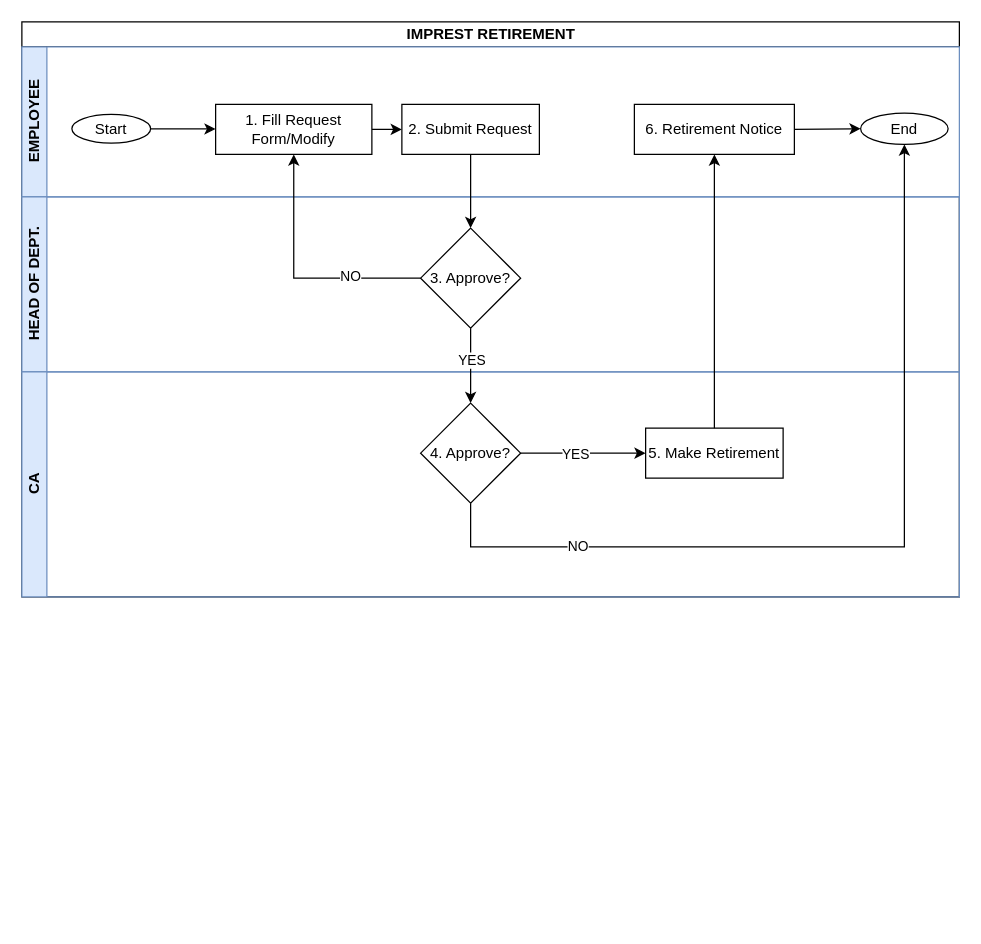
The draw.io diagram page "Imprest Retirement" (7 of 13) of wajibika/wajibika-sketches.drawio in MbalamulaS/tech-diagrams, before the edit. Source tidied: cells renumbered, new cells numbered last; positions are measured from the earlier drawing's top-left corner, leaving out a move shared by most shapes. Both pictures are drawn from the tidied source at 125%, with x=0, y=0 at pixel (21, 21).
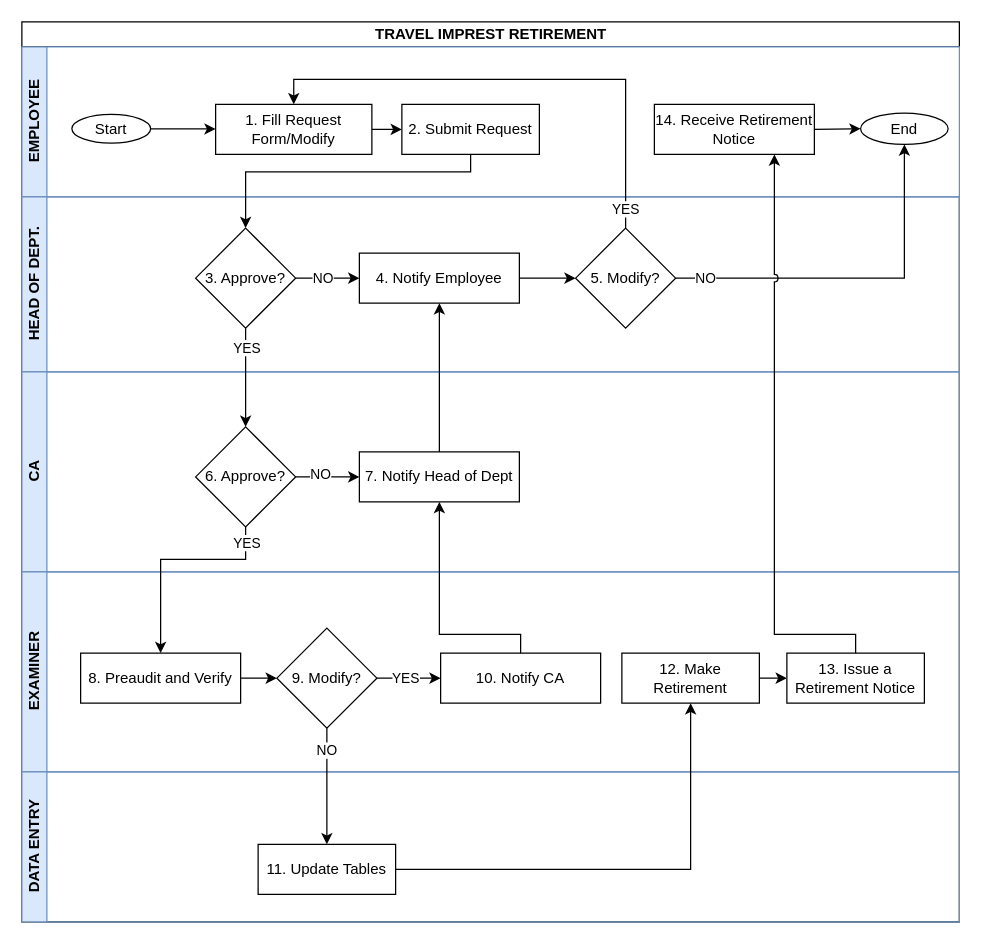
The same page after the edit.

Commit message:
Update Travel and Special Imprest Retirement

The change refers to these unchanged cells:
```xml
<mxCell id="3" value="EMPLOYEE" style="swimlane;startSize=20;horizontal=0;html=1;fillColor=#dae8fc;strokeColor=#6c8ebf;swimlaneFillColor=#FFFFFF;" parent="2" vertex="1">
  <mxGeometry y="20" width="750" height="120" as="geometry" />
</mxCell>
<mxCell id="6" value="1. Fill Request Form/Modify" style="whiteSpace=wrap;html=1;" parent="3" vertex="1">
  <mxGeometry x="155" y="46" width="125" height="40" as="geometry" />
</mxCell>
<mxCell id="7" value="End" style="ellipse;whiteSpace=wrap;html=1;" parent="3" vertex="1">
  <mxGeometry x="671" y="53" width="70" height="25" as="geometry" />
</mxCell>
<mxCell id="9" value="2. Submit Request" style="whiteSpace=wrap;html=1;" parent="3" vertex="1">
  <mxGeometry x="304" y="46" width="110" height="40" as="geometry" />
</mxCell>
<mxCell id="12" value="HEAD OF DEPT." style="swimlane;startSize=20;horizontal=0;html=1;fillColor=#dae8fc;strokeColor=#6c8ebf;" parent="2" vertex="1">
  <mxGeometry y="140" width="750" height="140" as="geometry" />
</mxCell>
```

Diff of the diagram source:
```diff
@@
-    <mxCell id="2" value="IMPREST RETIREMENT" style="swimlane;horizontal=1;startSize=20;html=1;swimlaneFillColor=#FFFFFF;" parent="1" vertex="1">
-      <mxGeometry width="750" height="460" as="geometry" />
+    <mxCell id="2" value="TRAVEL IMPREST RETIREMENT" style="swimlane;horizontal=1;startSize=20;html=1;swimlaneFillColor=#FFFFFF;" parent="1" vertex="1">
+      <mxGeometry width="750" height="720" as="geometry" />
     </mxCell>
@@
-    <mxCell id="10" value="6. Retirement Notice" style="whiteSpace=wrap;html=1;" parent="3" vertex="1">
-      <mxGeometry x="490" y="46" width="128" height="40" as="geometry" />
+    <mxCell id="10" value="14. Receive Retirement Notice" style="whiteSpace=wrap;html=1;" parent="3" vertex="1">
+      <mxGeometry x="506" y="46" width="128" height="40" as="geometry" />
     </mxCell>
@@
+    <mxCell id="27" style="edgeStyle=orthogonalEdgeStyle;rounded=0;jettySize=auto;html=1;entryX=0;entryY=0.5;entryDx=0;entryDy=0;" parent="12" edge="1" source="13" target="30">
+      <mxGeometry relative="1" as="geometry" />
+    </mxCell>
+    <mxCell id="28" value="NO" style="edgeLabel;html=1;align=center;verticalAlign=middle;" parent="27" vertex="1">
+      <mxGeometry x="-0.19" y="1" relative="1" as="geometry" />
+    </mxCell>
     <mxCell id="13" value="&lt;div&gt;3. Approve?&lt;br&gt;&lt;/div&gt;" style="rhombus;whiteSpace=wrap;html=1;" parent="12" vertex="1">
-      <mxGeometry x="319" y="25" width="80" height="80" as="geometry" />
+      <mxGeometry x="139" y="25" width="80" height="80" as="geometry" />
     </mxCell>
+    <mxCell id="29" style="edgeStyle=orthogonalEdgeStyle;rounded=0;jettySize=auto;html=1;" parent="12" edge="1" source="30" target="31">
+      <mxGeometry relative="1" as="geometry" />
+    </mxCell>
+    <mxCell id="30" value="4. Notify Employee" style="whiteSpace=wrap;html=1;" parent="12" vertex="1">
+      <mxGeometry x="270" y="45" width="128" height="40" as="geometry" />
+    </mxCell>
+    <mxCell id="31" value="&lt;div&gt;5. Modify?&lt;br&gt;&lt;/div&gt;" style="rhombus;whiteSpace=wrap;html=1;" parent="12" vertex="1">
+      <mxGeometry x="443" y="25" width="80" height="80" as="geometry" />
+    </mxCell>
     <mxCell id="14" value="CA" style="swimlane;startSize=20;horizontal=0;html=1;fillColor=#dae8fc;strokeColor=#6c8ebf;" parent="2" vertex="1">
-      <mxGeometry y="280" width="750" height="180" as="geometry" />
+      <mxGeometry y="280" width="750" height="160" as="geometry" />
     </mxCell>
-    <mxCell id="15" style="edgeStyle=orthogonalEdgeStyle;rounded=0;jettySize=auto;html=1;entryX=0;entryY=0.5;entryDx=0;entryDy=0;" parent="14" edge="1" source="17" target="18">
-      <mxGeometry relative="1" as="geometry" />
-    </mxCell>
-    <mxCell id="16" value="YES" style="edgeLabel;html=1;align=center;verticalAlign=middle;" parent="15" vertex="1">
-      <mxGeometry x="-0.15" relative="1" as="geometry" />
-    </mxCell>
+    <mxCell id="32" style="edgeStyle=orthogonalEdgeStyle;rounded=0;jettySize=auto;html=1;entryX=0;entryY=0.5;entryDx=0;entryDy=0;" parent="14" edge="1" source="17" target="34">
+      <mxGeometry relative="1" as="geometry" />
+    </mxCell>
+    <mxCell id="33" value="NO" style="edgeLabel;html=1;align=center;verticalAlign=middle;" parent="32" vertex="1">
+      <mxGeometry x="-0.26" y="3" relative="1" as="geometry" />
+    </mxCell>
-    <mxCell id="17" value="&lt;div&gt;4. Approve?&lt;br&gt;&lt;/div&gt;" style="rhombus;whiteSpace=wrap;html=1;" parent="14" vertex="1">
-      <mxGeometry x="319" y="25" width="80" height="80" as="geometry" />
+    <mxCell id="17" value="&lt;div&gt;6. Approve?&lt;br&gt;&lt;/div&gt;" style="rhombus;whiteSpace=wrap;html=1;" parent="14" vertex="1">
+      <mxGeometry x="139" y="44" width="80" height="80" as="geometry" />
     </mxCell>
-    <mxCell id="18" value="5. Make Retirement" style="whiteSpace=wrap;html=1;" parent="14" vertex="1">
-      <mxGeometry x="499" y="45" width="110" height="40" as="geometry" />
-    </mxCell>
+    <mxCell id="34" value="7. Notify Head of Dept" style="whiteSpace=wrap;html=1;" parent="14" vertex="1">
+      <mxGeometry x="270" y="64" width="128" height="40" as="geometry" />
+    </mxCell>
+    <mxCell id="35" value="EXAMINER" style="swimlane;startSize=20;horizontal=0;html=1;fillColor=#dae8fc;strokeColor=#6c8ebf;" parent="2" vertex="1">
+      <mxGeometry y="440" width="750" height="160" as="geometry" />
+    </mxCell>
+    <mxCell id="36" value="10. Notify CA" style="whiteSpace=wrap;html=1;" parent="35" vertex="1">
+      <mxGeometry x="335" y="65" width="128" height="40" as="geometry" />
+    </mxCell>
+    <mxCell id="37" style="edgeStyle=orthogonalEdgeStyle;rounded=0;jettySize=auto;html=1;entryX=0;entryY=0.5;entryDx=0;entryDy=0;" parent="35" edge="1" source="39" target="36">
+      <mxGeometry relative="1" as="geometry" />
+    </mxCell>
+    <mxCell id="38" value="YES" style="edgeLabel;html=1;align=center;verticalAlign=middle;" parent="37" vertex="1">
+      <mxGeometry x="-0.13" y="1" relative="1" as="geometry" />
+    </mxCell>
+    <mxCell id="39" value="&lt;div&gt;9. Modify?&lt;br&gt;&lt;/div&gt;" style="rhombus;whiteSpace=wrap;html=1;" parent="35" vertex="1">
+      <mxGeometry x="204" y="45" width="80" height="80" as="geometry" />
+    </mxCell>
+    <mxCell id="40" style="edgeStyle=orthogonalEdgeStyle;rounded=0;jettySize=auto;html=1;entryX=0;entryY=0.5;entryDx=0;entryDy=0;" parent="35" edge="1" source="41" target="42">
+      <mxGeometry relative="1" as="geometry" />
+    </mxCell>
+    <mxCell id="41" value="12. Make Retirement" style="whiteSpace=wrap;html=1;" parent="35" vertex="1">
+      <mxGeometry x="480" y="65" width="110" height="40" as="geometry" />
+    </mxCell>
+    <mxCell id="42" value="13. Issue a Retirement Notice" style="whiteSpace=wrap;html=1;" parent="35" vertex="1">
+      <mxGeometry x="612" y="65" width="110" height="40" as="geometry" />
+    </mxCell>
+    <mxCell id="43" style="edgeStyle=orthogonalEdgeStyle;rounded=0;jettySize=auto;html=1;entryX=0;entryY=0.5;entryDx=0;entryDy=0;" parent="35" edge="1" source="44" target="39">
+      <mxGeometry relative="1" as="geometry" />
+    </mxCell>
+    <mxCell id="44" value="8. Preaudit and Verify" style="whiteSpace=wrap;html=1;" parent="35" vertex="1">
+      <mxGeometry x="47" y="65" width="128" height="40" as="geometry" />
+    </mxCell>
+    <mxCell id="45" value="DATA ENTRY" style="swimlane;startSize=20;horizontal=0;html=1;fillColor=#dae8fc;strokeColor=#6c8ebf;" parent="2" vertex="1">
+      <mxGeometry y="600" width="750" height="120" as="geometry" />
+    </mxCell>
+    <mxCell id="46" value="11. Update Tables" style="whiteSpace=wrap;html=1;" parent="45" vertex="1">
+      <mxGeometry x="189" y="58" width="110" height="40" as="geometry" />
+    </mxCell>
+    <mxCell id="47" style="edgeStyle=orthogonalEdgeStyle;rounded=0;jettySize=auto;html=1;" parent="2" edge="1" source="34" target="30">
+      <mxGeometry relative="1" as="geometry" />
+    </mxCell>
-    <mxCell id="19" style="endArrow=classic;html=1;rounded=0;entryX=0.5;entryY=0;entryDx=0;entryDy=0;exitX=0.5;exitY=1;exitDx=0;exitDy=0;" parent="2" edge="1" source="13" target="17">
+    <mxCell id="19" style="edgeStyle=orthogonalEdgeStyle;rounded=0;jettySize=auto;html=1;entryX=0.5;entryY=0;entryDx=0;entryDy=0;" parent="2" edge="1" source="13" target="17">
       <mxGeometry relative="1" as="geometry" />
     </mxCell>
-    <mxCell id="20" value="YES" style="edgeLabel;html=1;align=center;verticalAlign=middle;" parent="19" vertex="1">
-      <mxGeometry x="-0.18" relative="1" as="geometry" />
-    </mxCell>
-    <mxCell id="21" style="endArrow=classic;html=1;rounded=0;exitX=0.5;exitY=0;exitDx=0;exitDy=0;entryX=0.5;entryY=1;entryDx=0;entryDy=0;" parent="2" edge="1" source="18" target="10">
-      <mxGeometry relative="1" as="geometry" />
-    </mxCell>
-    <mxCell id="22" style="edgeStyle=orthogonalEdgeStyle;rounded=0;jettySize=auto;html=1;exitX=0;exitY=0.5;exitDx=0;exitDy=0;entryX=0.5;entryY=1;entryDx=0;entryDy=0;" parent="2" edge="1" source="13" target="6">
-      <mxGeometry relative="1" as="geometry" />
-    </mxCell>
-    <mxCell id="23" value="NO" style="edgeLabel;html=1;align=center;verticalAlign=middle;" parent="22" vertex="1">
-      <mxGeometry x="-0.43" y="-2" relative="1" as="geometry" />
-    </mxCell>
+    <mxCell id="48" value="YES" style="edgeLabel;html=1;align=center;verticalAlign=middle;" parent="19" vertex="1">
+      <mxGeometry x="-0.62" relative="1" as="geometry" />
+    </mxCell>
+    <mxCell id="49" style="edgeStyle=orthogonalEdgeStyle;rounded=0;jettySize=auto;html=1;entryX=0.5;entryY=1;entryDx=0;entryDy=0;" parent="2" edge="1" source="36" target="34">
+      <mxGeometry relative="1" as="geometry">
+        <Array as="points">
+          <mxPoint x="399" y="490" />
+          <mxPoint x="334" y="490" />
+        </Array>
+      </mxGeometry>
+    </mxCell>
     <mxCell id="24" style="edgeStyle=orthogonalEdgeStyle;rounded=0;jettySize=auto;html=1;entryX=0.5;entryY=0;entryDx=0;entryDy=0;" parent="2" edge="1" source="9" target="13">
-      <mxGeometry relative="1" as="geometry" />
+      <mxGeometry relative="1" as="geometry">
+        <Array as="points">
+          <mxPoint x="359" y="120" />
+          <mxPoint x="179" y="120" />
+        </Array>
+      </mxGeometry>
     </mxCell>
-    <mxCell id="25" style="edgeStyle=orthogonalEdgeStyle;rounded=0;jettySize=auto;html=1;entryX=0.5;entryY=1;entryDx=0;entryDy=0;" parent="2" edge="1" source="17" target="7">
-      <mxGeometry relative="1" as="geometry">
-        <Array as="points">
-          <mxPoint x="359" y="420" />
-          <mxPoint x="706" y="420" />
-        </Array>
-      </mxGeometry>
-    </mxCell>
-    <mxCell id="26" value="NO" style="edgeLabel;html=1;align=center;verticalAlign=middle;" parent="25" vertex="1">
-      <mxGeometry x="-0.66" y="1" relative="1" as="geometry" />
-    </mxCell>
+    <mxCell id="50" style="edgeStyle=orthogonalEdgeStyle;rounded=0;jettySize=auto;html=1;entryX=0.5;entryY=0;entryDx=0;entryDy=0;" parent="2" edge="1" source="31" target="6">
+      <mxGeometry relative="1" as="geometry">
+        <Array as="points">
+          <mxPoint x="483" y="46" />
+          <mxPoint x="218" y="46" />
+        </Array>
+      </mxGeometry>
+    </mxCell>
+    <mxCell id="51" value="YES" style="edgeLabel;html=1;align=center;verticalAlign=middle;" parent="50" vertex="1">
+      <mxGeometry x="-0.92" y="1" relative="1" as="geometry" />
+    </mxCell>
+    <mxCell id="52" style="edgeStyle=orthogonalEdgeStyle;rounded=0;jettySize=auto;html=1;entryX=0.5;entryY=0;entryDx=0;entryDy=0;" parent="2" edge="1" source="39" target="46">
+      <mxGeometry relative="1" as="geometry" />
+    </mxCell>
+    <mxCell id="53" value="NO" style="edgeLabel;html=1;align=center;verticalAlign=middle;" parent="52" vertex="1">
+      <mxGeometry x="-0.63" y="-1" relative="1" as="geometry" />
+    </mxCell>
+    <mxCell id="54" style="edgeStyle=orthogonalEdgeStyle;rounded=0;jettySize=auto;html=1;entryX=0.5;entryY=1;entryDx=0;entryDy=0;" parent="2" edge="1" source="31" target="7">
+      <mxGeometry relative="1" as="geometry" />
+    </mxCell>
+    <mxCell id="55" value="NO" style="edgeLabel;html=1;align=center;verticalAlign=middle;" parent="54" vertex="1">
+      <mxGeometry x="-0.84" y="1" relative="1" as="geometry" />
+    </mxCell>
+    <mxCell id="56" style="edgeStyle=orthogonalEdgeStyle;rounded=0;jettySize=auto;html=1;entryX=0.5;entryY=0;entryDx=0;entryDy=0;" parent="2" edge="1" source="17" target="44">
+      <mxGeometry relative="1" as="geometry">
+        <Array as="points">
+          <mxPoint x="179" y="430" />
+          <mxPoint x="111" y="430" />
+        </Array>
+      </mxGeometry>
+    </mxCell>
+    <mxCell id="57" value="YES" style="edgeLabel;html=1;align=center;verticalAlign=middle;" parent="56" vertex="1">
+      <mxGeometry x="-0.86" relative="1" as="geometry" />
+    </mxCell>
+    <mxCell id="58" style="edgeStyle=orthogonalEdgeStyle;rounded=0;jettySize=auto;html=1;entryX=0.5;entryY=1;entryDx=0;entryDy=0;" parent="2" edge="1" source="46" target="41">
+      <mxGeometry relative="1" as="geometry" />
+    </mxCell>
+    <mxCell id="59" style="edgeStyle=orthogonalEdgeStyle;rounded=0;jettySize=auto;html=1;entryX=0.75;entryY=1;entryDx=0;entryDy=0;jumpStyle=arc;" parent="2" edge="1" source="42" target="10">
+      <mxGeometry relative="1" as="geometry">
+        <Array as="points">
+          <mxPoint x="667" y="490" />
+          <mxPoint x="602" y="490" />
+        </Array>
+      </mxGeometry>
+    </mxCell>
```
